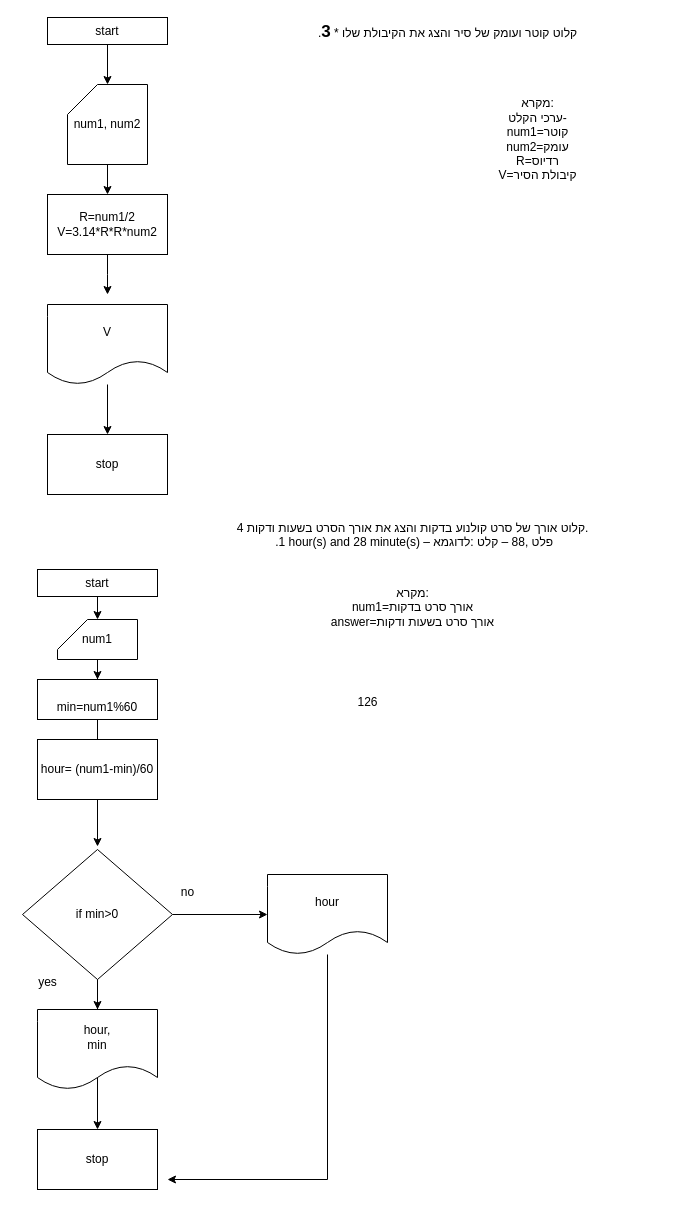
This is page "home-work2" (6 of 9) of Untitled Diagram.drawio from IrisBo/test0001, a draw.io file, before an edit. Source tidied: cells renumbered, new cells numbered last; positions are measured from the earlier drawing's top-left corner, leaving out a move shared by most shapes. Both pictures are drawn from the tidied source at 100%, with x=0, y=0 at pixel (22, 17).
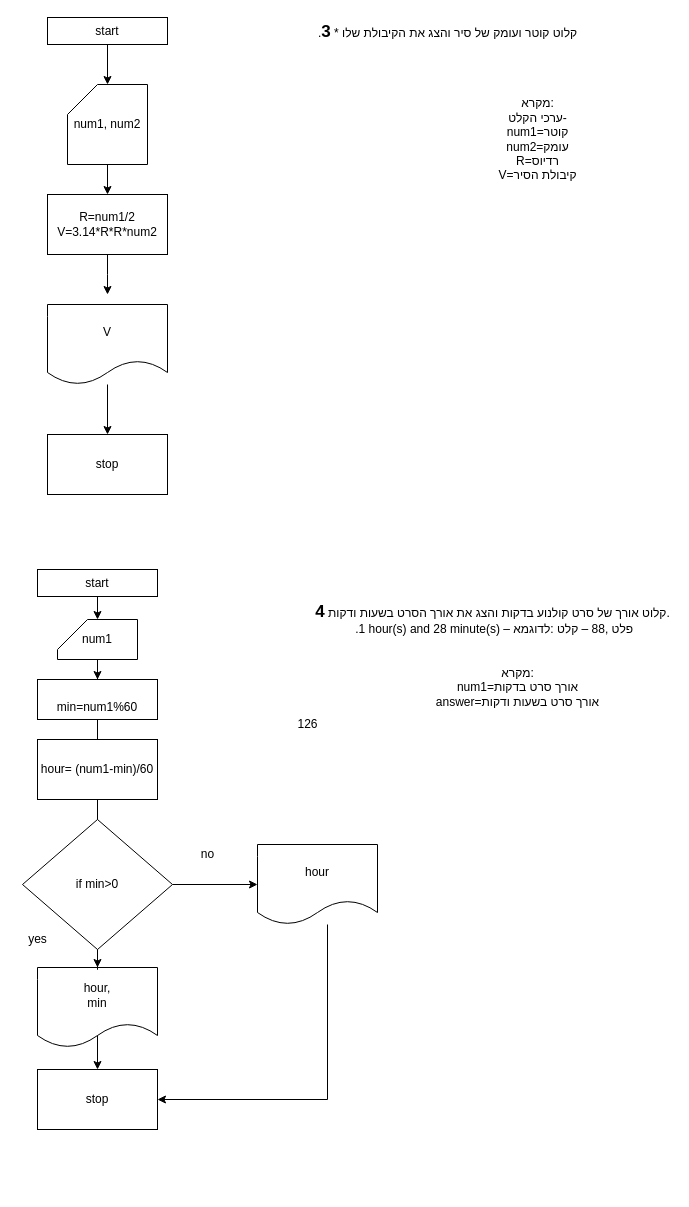
The same page after the edit.

Change to the diagram source:
```diff
@@
-    <mxCell id="14" value="&lt;div&gt;4 קלוט אורך של סרט קולנוע בדקות והצג את אורך הסרט בשעות ודקות.&lt;/div&gt;&lt;div&gt;&amp;nbsp;.1 hour(s) and 28 minute(s) – פלט ,88 – קלט :לדוגמא&lt;/div&gt;&lt;div&gt;&lt;br&gt;&lt;/div&gt;" style="text;html=1;align=center;verticalAlign=middle;strokeColor=none;fillColor=none;" parent="1" vertex="1">
-      <mxGeometry x="215" y="495" width="350" height="60" as="geometry" />
+    <mxCell id="14" value="&lt;div&gt;&lt;b&gt;&lt;font style=&quot;font-size: 17px;&quot;&gt;4&lt;/font&gt;&lt;/b&gt; קלוט אורך של סרט קולנוע בדקות והצג את אורך הסרט בשעות ודקות.&lt;/div&gt;&lt;div&gt;&amp;nbsp;.1 hour(s) and 28 minute(s) – פלט ,88 – קלט :לדוגמא&lt;/div&gt;&lt;div&gt;&lt;br&gt;&lt;/div&gt;" style="text;html=1;align=center;verticalAlign=middle;strokeColor=none;fillColor=none;" parent="1" vertex="1">
+      <mxGeometry x="290" y="579" width="360" height="60" as="geometry" />
     </mxCell>
@@
     <mxCell id="20" value="stop" style="rounded=0;whiteSpace=wrap;html=1;" parent="1" vertex="1">
-      <mxGeometry x="15" y="1112" width="120" height="60" as="geometry" />
+      <mxGeometry x="15" y="1052" width="120" height="60" as="geometry" />
     </mxCell>
@@
     <mxCell id="22" value="hour,&lt;br&gt;min" style="shape=document;whiteSpace=wrap;html=1;boundedLbl=1;" parent="1" vertex="1">
-      <mxGeometry x="15" y="992" width="120" height="80" as="geometry" />
+      <mxGeometry x="15" y="950" width="120" height="80" as="geometry" />
     </mxCell>
@@
     <mxCell id="25" value="&lt;div&gt;מקרא:&lt;/div&gt;&lt;div&gt;&lt;span style=&quot;background-color: initial;&quot;&gt;num1=אורך סרט בדקות&lt;/span&gt;&lt;/div&gt;&lt;div&gt;&lt;span style=&quot;background-color: initial;&quot;&gt;answer=אורך סרט בשעות ודקות&lt;/span&gt;&lt;br&gt;&lt;/div&gt;&lt;div&gt;&lt;br&gt;&lt;/div&gt;" style="text;html=1;align=center;verticalAlign=middle;strokeColor=none;fillColor=none;" parent="1" vertex="1">
-      <mxGeometry x="300" y="562" width="180" height="70" as="geometry" />
+      <mxGeometry x="405" y="642" width="180" height="70" as="geometry" />
     </mxCell>
     <mxCell id="26" value="126" style="text;html=1;align=center;verticalAlign=middle;strokeColor=none;fillColor=none;" parent="1" vertex="1">
-      <mxGeometry x="325" y="670" width="40" height="30" as="geometry" />
+      <mxGeometry x="265" y="692" width="40" height="30" as="geometry" />
     </mxCell>
@@
     <mxCell id="29" value="if min&amp;gt;0" style="rhombus;whiteSpace=wrap;html=1;" parent="1" vertex="1">
-      <mxGeometry y="832" width="150" height="130" as="geometry" />
+      <mxGeometry y="802" width="150" height="130" as="geometry" />
     </mxCell>
-    <mxCell id="30" style="edgeStyle=orthogonalEdgeStyle;rounded=0;jettySize=auto;html=1;" parent="1" edge="1" source="31">
+    <mxCell id="30" style="edgeStyle=orthogonalEdgeStyle;rounded=0;jettySize=auto;html=1;entryX=1;entryY=0.5;entryDx=0;entryDy=0;" parent="1" edge="1" source="31" target="20">
       <mxGeometry relative="1" as="geometry">
-        <mxPoint x="145" y="1162" as="targetPoint" />
         <Array as="points">
-          <mxPoint x="305" y="1162" />
+          <mxPoint x="305" y="1082" />
         </Array>
       </mxGeometry>
     </mxCell>
     <mxCell id="31" value="hour" style="shape=document;whiteSpace=wrap;html=1;boundedLbl=1;" parent="1" vertex="1">
-      <mxGeometry x="245" y="857" width="120" height="80" as="geometry" />
+      <mxGeometry x="235" y="827" width="120" height="80" as="geometry" />
     </mxCell>
     <mxCell id="32" value="yes" style="text;html=1;align=center;verticalAlign=middle;strokeColor=none;fillColor=none;" parent="1" vertex="1">
-      <mxGeometry x="5" y="950" width="40" height="30" as="geometry" />
+      <mxGeometry x="-5" y="907" width="40" height="30" as="geometry" />
     </mxCell>
     <mxCell id="33" value="no" style="text;html=1;align=center;verticalAlign=middle;strokeColor=none;fillColor=none;" parent="1" vertex="1">
-      <mxGeometry x="145" y="860" width="40" height="30" as="geometry" />
+      <mxGeometry x="165" y="822" width="40" height="30" as="geometry" />
     </mxCell>
```
